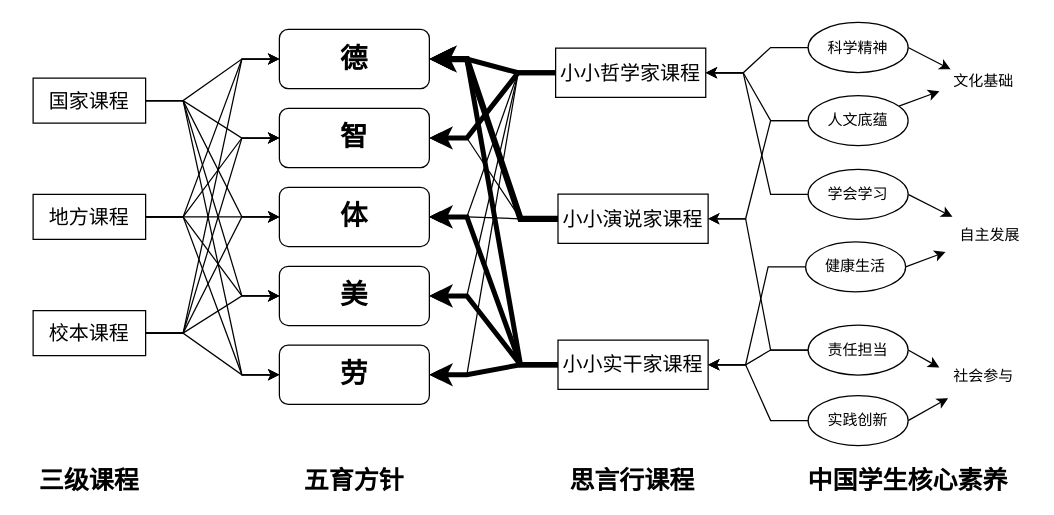
This is 未命名表单.drawio from cmldyu/bourdieu.github.io, a draw.io file, before an edit. Source tidied: cells renumbered, new cells numbered last; positions are measured from the earlier drawing's top-left corner, leaving out a move shared by most shapes. Both pictures are drawn from the tidied source at 125%, with x=0, y=0 at pixel (21, 21).
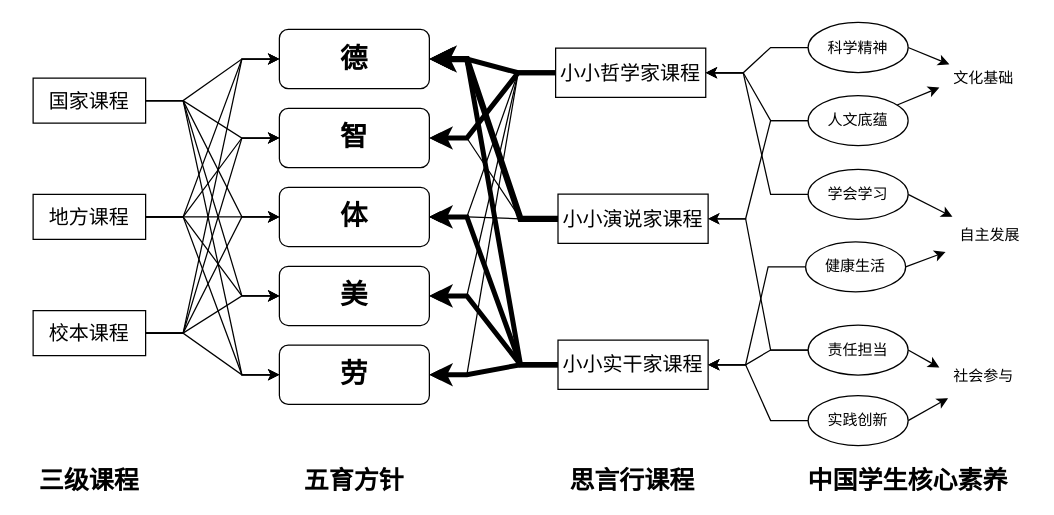
Above is the later version.

Commit message:
未命名表单.drawio

The change refers to these unchanged cells:
```xml
<mxCell id="54" value="科学精神" style="ellipse;whiteSpace=wrap;html=1;" parent="1" vertex="1">
  <mxGeometry x="629" y="0.5" width="80" height="40" as="geometry" />
</mxCell>
```

Diff of the diagram source:
```diff
@@
-    <mxCell id="53" style="edgeStyle=none;rounded=0;jettySize=auto;html=1;exitX=1;exitY=0.5;exitDx=0;exitDy=0;entryX=0.129;entryY=0.167;entryDx=0;entryDy=0;entryPerimeter=0;" parent="1" edge="1" source="54" target="69">
+    <mxCell id="53" style="edgeStyle=none;rounded=0;jettySize=auto;html=1;exitX=1;exitY=0.5;exitDx=0;exitDy=0;entryX=0.114;entryY=0.133;entryDx=0;entryDy=0;entryPerimeter=0;" parent="1" edge="1" source="54" target="69">
       <mxGeometry relative="1" as="geometry" />
     </mxCell>
@@
     <mxCell id="69" value="文化基础" style="text;html=1;align=center;verticalAlign=middle;" parent="1" vertex="1">
-      <mxGeometry x="734" y="33" width="70" height="30" as="geometry" />
+      <mxGeometry x="734" y="30" width="70" height="30" as="geometry" />
     </mxCell>
```
